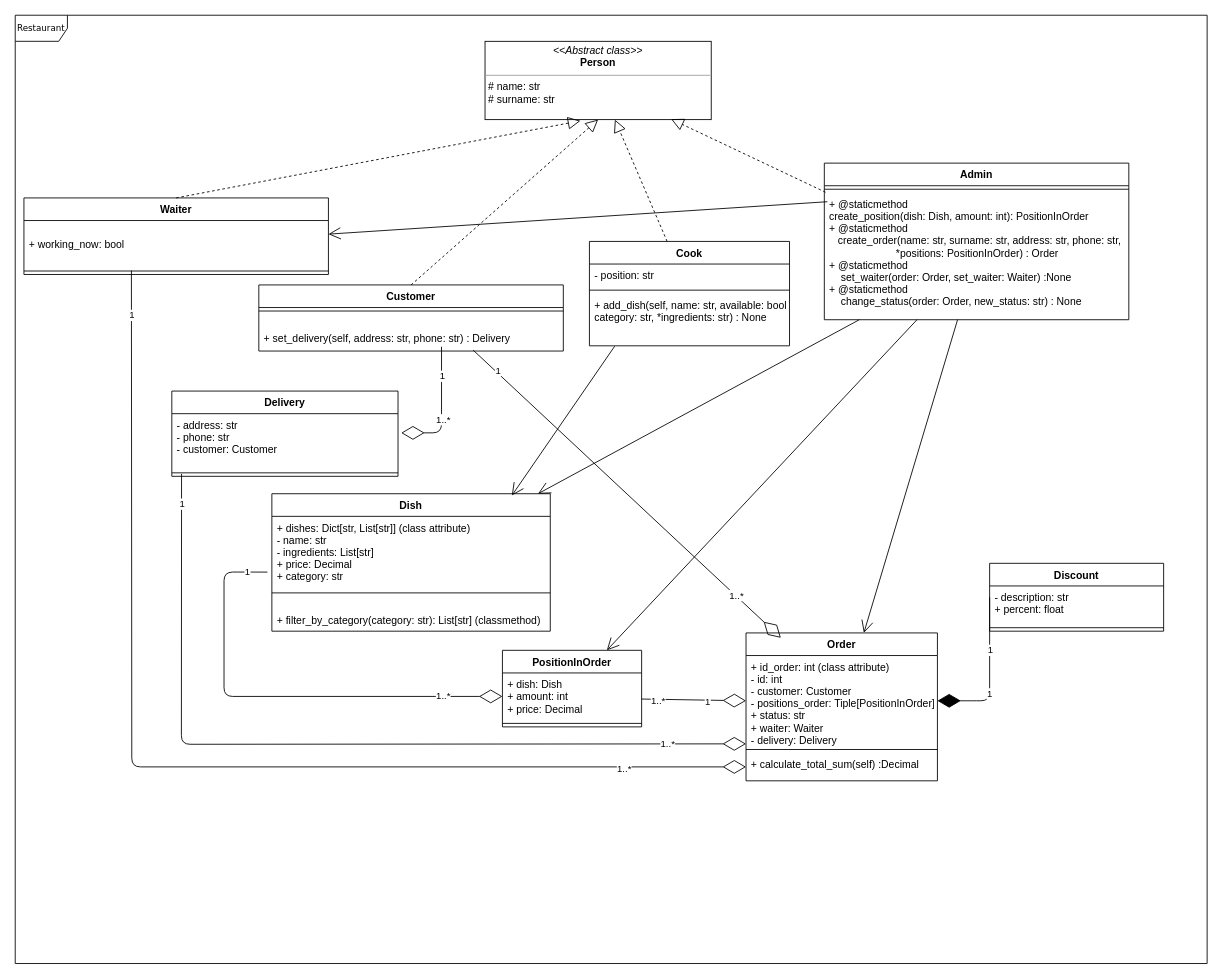
Earlier version of the draw.io diagram python_module/task5/restaurant.drawio (julia-kopysova/python-education). Source tidied: cells renumbered, new cells numbered last; positions are measured from the earlier drawing's top-left corner, leaving out a move shared by most shapes. Both pictures are drawn from the tidied source at 87%, with x=0, y=0 at pixel (15, 15).
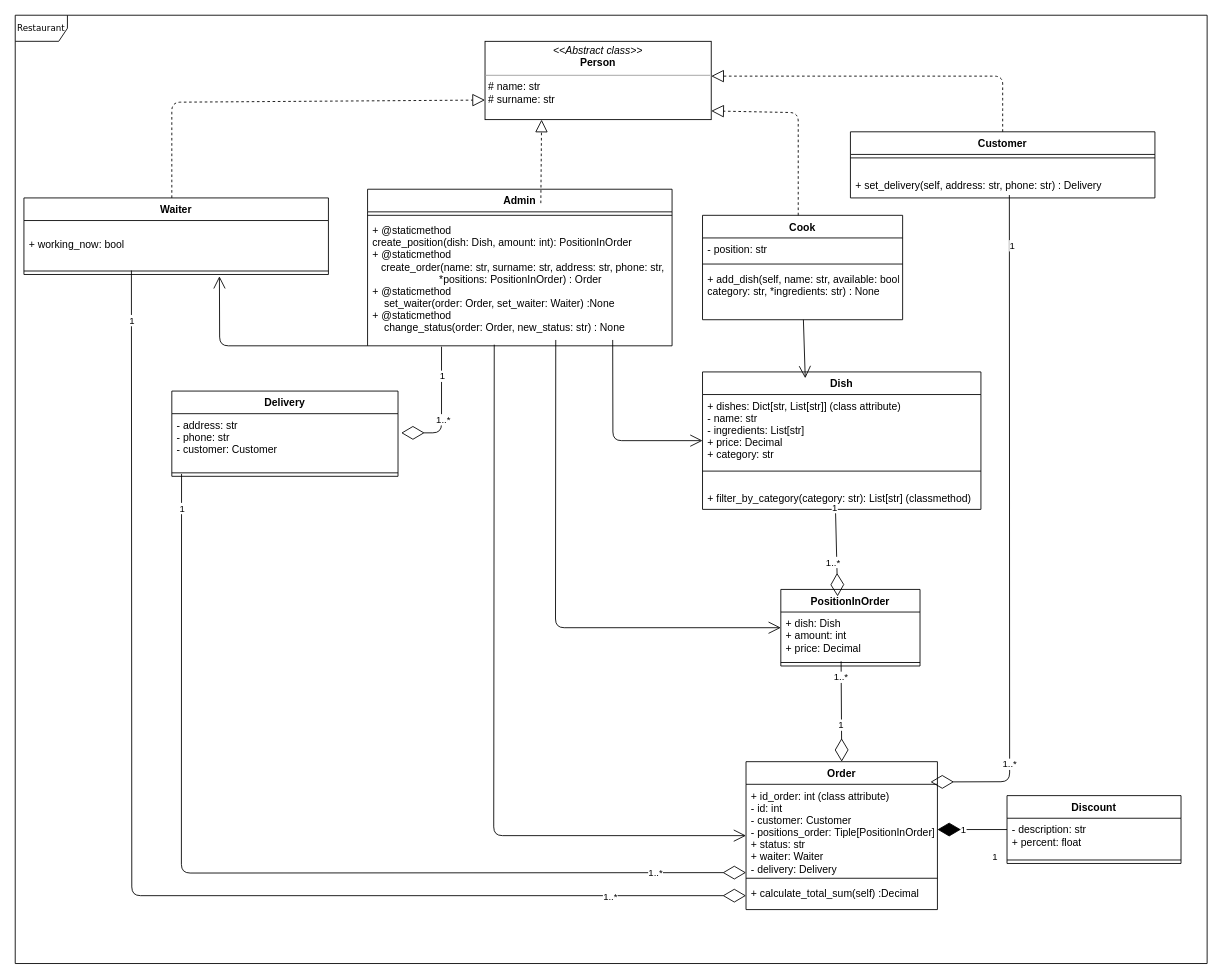
Above is the later version.

Commit message:
Regroup diagram

The change refers to these unchanged cells:
```xml
<mxCell id="3" value="&lt;p style=&quot;margin: 0px ; margin-top: 4px ; text-align: center&quot;&gt;&lt;i&gt;&amp;lt;&amp;lt;Abstract&amp;nbsp;class&amp;gt;&amp;gt;&lt;/i&gt;&lt;br&gt;&lt;b&gt;Person&lt;/b&gt;&lt;/p&gt;&lt;hr size=&quot;1&quot;&gt;&lt;p style=&quot;margin: 0px ; margin-left: 4px&quot;&gt;# name: str&lt;br&gt;# surname: str&lt;/p&gt;&lt;p style=&quot;margin: 0px ; margin-left: 4px&quot;&gt;&lt;br&gt;&lt;/p&gt;&lt;p style=&quot;margin: 0px ; margin-left: 4px&quot;&gt;&lt;br&gt;&lt;/p&gt;" style="verticalAlign=top;align=left;overflow=fill;fontSize=12;fontFamily=Helvetica;html=1;rounded=0;shadow=0;comic=0;labelBackgroundColor=none;strokeWidth=1;" parent="1" vertex="1">
  <mxGeometry x="540" y="30" width="260" height="90" as="geometry" />
</mxCell>
<mxCell id="6" value="&#10;+ set_delivery(self, address: str, phone: str) : Delivery" style="text;strokeColor=none;fillColor=none;align=left;verticalAlign=top;spacingLeft=4;spacingRight=4;overflow=hidden;points=[[0,0.5],[1,0.5]];portConstraint=eastwest;" parent="4" vertex="1">
  <mxGeometry y="34" width="350" height="42" as="geometry" />
</mxCell>
<mxCell id="10" value="Waiter" style="swimlane;fontStyle=1;align=center;verticalAlign=top;horizontal=1;startSize=26;" parent="1" vertex="1">
  <mxGeometry x="10" y="210" width="350" height="88" as="geometry" />
</mxCell>
<mxCell id="11" value="&#10;+ working_now: bool&#10; " style="text;strokeColor=none;fillColor=none;align=left;verticalAlign=top;spacingLeft=4;spacingRight=4;overflow=hidden;points=[[0,0.5],[1,0.5]];portConstraint=eastwest;" parent="10" vertex="1">
  <mxGeometry y="26" width="350" height="54" as="geometry" />
</mxCell>
<mxCell id="12" style="line;strokeWidth=1;fillColor=none;align=left;verticalAlign=middle;spacingTop=-1;spacingLeft=3;spacingRight=3;labelPosition=right;points=[];portConstraint=eastwest;" parent="10" vertex="1">
  <mxGeometry y="80" width="350" height="8" as="geometry" />
</mxCell>
<mxCell id="16" value="+ id_order: int (class attribute)&#10;- id: int&#10;- customer: Customer&#10;- positions_order: Tiple[PositionInOrder]&#10;+ status: str&#10;+ waiter: Waiter &#10;- delivery: Delivery" style="text;strokeColor=none;fillColor=none;align=left;verticalAlign=top;spacingLeft=4;spacingRight=4;overflow=hidden;points=[[0,0.5],[1,0.5]];portConstraint=eastwest;" parent="15" vertex="1">
  <mxGeometry y="26" width="220" height="104" as="geometry" />
</mxCell>
<mxCell id="18" value="+ calculate_total_sum(self) :Decimal" style="text;strokeColor=none;fillColor=none;align=left;verticalAlign=top;spacingLeft=4;spacingRight=4;overflow=hidden;points=[[0,0.5],[1,0.5]];portConstraint=eastwest;" parent="15" vertex="1">
  <mxGeometry y="138" width="220" height="32" as="geometry" />
</mxCell>
<mxCell id="20" value="+ dishes: Dict[str, List[str]] (class attribute)&#10;- name: str&#10;- ingredients: List[str]&#10;+ price: Decimal&#10;+ category: str" style="text;strokeColor=none;fillColor=none;align=left;verticalAlign=top;spacingLeft=4;spacingRight=4;overflow=hidden;points=[[0,0.5],[1,0.5]];portConstraint=eastwest;" parent="19" vertex="1">
  <mxGeometry y="26" width="320" height="84" as="geometry" />
</mxCell>
<mxCell id="22" value="&#10;+ filter_by_category(category: str): List[str] (classmethod)&#10;&#10;&#10;" style="text;strokeColor=none;fillColor=none;align=left;verticalAlign=top;spacingLeft=4;spacingRight=4;overflow=hidden;points=[[0,0.5],[1,0.5]];portConstraint=eastwest;" parent="19" vertex="1">
  <mxGeometry y="118" width="320" height="40" as="geometry" />
</mxCell>
<mxCell id="24" value="+ dish: Dish&#10;+ amount: int&#10;+ price: Decimal" style="text;strokeColor=none;fillColor=none;align=left;verticalAlign=top;spacingLeft=4;spacingRight=4;overflow=hidden;points=[[0,0.5],[1,0.5]];portConstraint=eastwest;" parent="23" vertex="1">
  <mxGeometry y="26" width="160" height="54" as="geometry" />
</mxCell>
<mxCell id="25" style="line;strokeWidth=1;fillColor=none;align=left;verticalAlign=middle;spacingTop=-1;spacingLeft=3;spacingRight=3;labelPosition=right;points=[];portConstraint=eastwest;" parent="23" vertex="1">
  <mxGeometry y="80" width="160" height="8" as="geometry" />
</mxCell>
<mxCell id="28" style="line;strokeWidth=1;fillColor=none;align=left;verticalAlign=middle;spacingTop=-1;spacingLeft=3;spacingRight=3;labelPosition=right;points=[];portConstraint=eastwest;" parent="26" vertex="1">
  <mxGeometry y="90" width="260" height="8" as="geometry" />
</mxCell>
<mxCell id="32" value="+ add_dish(self, name: str, available: bool, &#10;category: str, *ingredients: str) : None" style="text;strokeColor=none;fillColor=none;align=left;verticalAlign=top;spacingLeft=4;spacingRight=4;overflow=hidden;points=[[0,0.5],[1,0.5]];portConstraint=eastwest;" parent="29" vertex="1">
  <mxGeometry y="60" width="230" height="60" as="geometry" />
</mxCell>
<mxCell id="35" value="+ @staticmethod &#10;create_position(dish: Dish, amount: int): PositionInOrder&#10;+ @staticmethod&#10;   create_order(name: str, surname: str, address: str, phone: str,&#10;                       *positions: PositionInOrder) : Order&#10;+ @staticmethod&#10;    set_waiter(order: Order, set_waiter: Waiter) :None&#10;+ @staticmethod&#10;    change_status(order: Order, new_status: str) : None" style="text;strokeColor=none;fillColor=none;align=left;verticalAlign=top;spacingLeft=4;spacingRight=4;overflow=hidden;points=[[0,0.5],[1,0.5]];portConstraint=eastwest;" parent="33" vertex="1">
  <mxGeometry y="34" width="350" height="146" as="geometry" />
</mxCell>
```

Diff of the diagram source:
```diff
@@
     <mxCell id="4" value="Customer" style="swimlane;fontStyle=1;align=center;verticalAlign=top;horizontal=1;startSize=26;" parent="1" vertex="1">
-      <mxGeometry x="280" y="310" width="350" height="76" as="geometry" />
+      <mxGeometry x="960" y="134" width="350" height="76" as="geometry" />
     </mxCell>
@@
     <mxCell id="7" value="Discount" style="swimlane;fontStyle=1;align=center;verticalAlign=top;horizontal=1;startSize=26;" parent="1" vertex="1">
-      <mxGeometry x="1120" y="630" width="200" height="78" as="geometry" />
+      <mxGeometry x="1140" y="897" width="200" height="78" as="geometry" />
     </mxCell>
@@
-    <mxCell id="13" style="endArrow=block;dashed=1;endFill=0;endSize=12;html=1;exitX=0.5;exitY=0;exitDx=0;exitDy=0;entryX=0.5;entryY=1;entryDx=0;entryDy=0;" parent="1" edge="1" source="4" target="3">
-      <mxGeometry relative="1" as="geometry" />
+    <mxCell id="13" style="endArrow=block;dashed=1;endFill=0;endSize=12;html=1;exitX=0.5;exitY=0;exitDx=0;exitDy=0;" parent="1" edge="1" source="4">
+      <mxGeometry relative="1" as="geometry">
+        <mxPoint x="800" y="70" as="targetPoint" />
+        <Array as="points">
+          <mxPoint x="1135" y="98" />
+          <mxPoint x="1135" y="70" />
+        </Array>
+      </mxGeometry>
     </mxCell>
-    <mxCell id="14" style="endArrow=block;dashed=1;endFill=0;endSize=12;html=1;entryX=0.422;entryY=1.015;entryDx=0;entryDy=0;exitX=0.5;exitY=0;exitDx=0;exitDy=0;entryPerimeter=0;" parent="1" edge="1" source="10" target="3">
-      <mxGeometry relative="1" as="geometry" />
+    <mxCell id="14" style="endArrow=block;dashed=1;endFill=0;endSize=12;html=1;entryX=0;entryY=0.75;entryDx=0;entryDy=0;" parent="1" edge="1" target="3">
+      <mxGeometry relative="1" as="geometry">
+        <mxPoint x="180" y="210" as="sourcePoint" />
+        <Array as="points">
+          <mxPoint x="180" y="100" />
+        </Array>
+      </mxGeometry>
     </mxCell>
     <mxCell id="15" value="Order" style="swimlane;fontStyle=1;align=center;verticalAlign=top;horizontal=1;startSize=26;" parent="1" vertex="1">
-      <mxGeometry x="840" y="710" width="220" height="170" as="geometry" />
+      <mxGeometry x="840" y="858" width="220" height="170" as="geometry" />
     </mxCell>
@@
     <mxCell id="19" value="Dish" style="swimlane;fontStyle=1;align=center;verticalAlign=top;horizontal=1;startSize=26;" parent="1" vertex="1">
-      <mxGeometry x="295" y="550" width="320" height="158" as="geometry" />
+      <mxGeometry x="790" y="410" width="320" height="158" as="geometry" />
     </mxCell>
@@
     <mxCell id="23" value="PositionInOrder" style="swimlane;fontStyle=1;align=center;verticalAlign=top;horizontal=1;startSize=26;" parent="1" vertex="1">
-      <mxGeometry x="560" y="730" width="160" height="88" as="geometry" />
+      <mxGeometry x="880" y="660" width="160" height="88" as="geometry" />
     </mxCell>
@@
     <mxCell id="29" value="Cook" style="swimlane;fontStyle=1;align=center;verticalAlign=top;horizontal=1;startSize=26;" parent="1" vertex="1">
-      <mxGeometry x="660" y="260" width="230" height="120" as="geometry" />
+      <mxGeometry x="790" y="230" width="230" height="120" as="geometry" />
     </mxCell>
@@
     <mxCell id="33" value="Admin" style="swimlane;fontStyle=1;align=center;verticalAlign=top;horizontal=1;startSize=26;" parent="1" vertex="1">
-      <mxGeometry x="930" y="170" width="350" height="180" as="geometry" />
+      <mxGeometry x="405" y="200" width="350" height="180" as="geometry" />
     </mxCell>
@@
-    <mxCell id="36" style="endArrow=block;dashed=1;endFill=0;endSize=12;html=1;" parent="1" edge="1" source="29" target="3">
-      <mxGeometry relative="1" as="geometry" />
+    <mxCell id="36" style="endArrow=block;dashed=1;endFill=0;endSize=12;html=1;" parent="1" edge="1">
+      <mxGeometry relative="1" as="geometry">
+        <mxPoint x="900" y="230" as="sourcePoint" />
+        <mxPoint x="800" y="110" as="targetPoint" />
+        <Array as="points">
+          <mxPoint x="900" y="112" />
+        </Array>
+      </mxGeometry>
     </mxCell>
-    <mxCell id="37" style="endArrow=block;dashed=1;endFill=0;endSize=12;html=1;exitX=0.004;exitY=0.186;exitDx=0;exitDy=0;exitPerimeter=0;entryX=0.823;entryY=0.994;entryDx=0;entryDy=0;entryPerimeter=0;" parent="1" edge="1" source="33" target="3">
+    <mxCell id="37" style="endArrow=block;dashed=1;endFill=0;endSize=12;html=1;exitX=0.569;exitY=0.089;exitDx=0;exitDy=0;entryX=0.25;entryY=1;entryDx=0;entryDy=0;exitPerimeter=0;" parent="1" edge="1" source="33" target="3">
       <mxGeometry relative="1" as="geometry" />
     </mxCell>
-    <mxCell id="38" style="endArrow=open;endFill=1;endSize=12;html=1;entryX=0.75;entryY=0;entryDx=0;entryDy=0;" parent="1" edge="1" source="35" target="23">
-      <mxGeometry relative="1" as="geometry" />
+    <mxCell id="38" style="endArrow=open;endFill=1;endSize=12;html=1;entryX=0;entryY=0.5;entryDx=0;entryDy=0;exitX=0.618;exitY=0.954;exitDx=0;exitDy=0;exitPerimeter=0;" parent="1" edge="1" source="35" target="23">
+      <mxGeometry relative="1" as="geometry">
+        <Array as="points">
+          <mxPoint x="621" y="704" />
+        </Array>
+      </mxGeometry>
     </mxCell>
-    <mxCell id="39" style="endArrow=open;endFill=1;endSize=12;html=1;" parent="1" edge="1" source="35" target="19">
-      <mxGeometry relative="1" as="geometry" />
+    <mxCell id="39" style="endArrow=open;endFill=1;endSize=12;html=1;exitX=0.805;exitY=0.954;exitDx=0;exitDy=0;exitPerimeter=0;" parent="1" edge="1" source="35" target="19">
+      <mxGeometry relative="1" as="geometry">
+        <Array as="points">
+          <mxPoint x="687" y="489" />
+        </Array>
+      </mxGeometry>
     </mxCell>
-    <mxCell id="40" style="endArrow=open;endFill=1;endSize=12;html=1;" parent="1" edge="1" source="35" target="15">
-      <mxGeometry relative="1" as="geometry" />
+    <mxCell id="40" style="endArrow=open;endFill=1;endSize=12;html=1;exitX=0.416;exitY=0.991;exitDx=0;exitDy=0;exitPerimeter=0;" parent="1" edge="1" source="35" target="15">
+      <mxGeometry relative="1" as="geometry">
+        <Array as="points">
+          <mxPoint x="550" y="943" />
+        </Array>
+      </mxGeometry>
     </mxCell>
-    <mxCell id="41" style="endArrow=diamondThin;endFill=0;endSize=24;html=1;entryX=0;entryY=0.5;entryDx=0;entryDy=0;exitX=-0.016;exitY=0.763;exitDx=0;exitDy=0;exitPerimeter=0;" parent="1" edge="1" source="20" target="24">
-      <mxGeometry relative="1" as="geometry">
-        <Array as="points">
-          <mxPoint x="240" y="640" />
-          <mxPoint x="240" y="783" />
-        </Array>
-      </mxGeometry>
+    <mxCell id="41" style="endArrow=diamondThin;endFill=0;endSize=24;html=1;entryX=0.408;entryY=0.091;entryDx=0;entryDy=0;exitX=0.477;exitY=0.8;exitDx=0;exitDy=0;exitPerimeter=0;entryPerimeter=0;" parent="1" edge="1" source="22" target="23">
+      <mxGeometry relative="1" as="geometry" />
     </mxCell>
@@
     <mxCell id="43" value="1..*" style="edgeLabel;html=1;align=center;verticalAlign=middle;" parent="41" vertex="1">
-      <mxGeometry x="0.73" y="1" relative="1" as="geometry" />
+      <mxGeometry x="0.73" y="1" relative="1" as="geometry">
+        <mxPoint x="-6" y="-24" as="offset" />
+      </mxGeometry>
     </mxCell>
-    <mxCell id="44" style="endArrow=diamondThin;endFill=0;endSize=24;html=1;entryX=0;entryY=0.5;entryDx=0;entryDy=0;" parent="1" edge="1" target="16">
-      <mxGeometry relative="1" as="geometry">
-        <mxPoint x="720" y="786" as="sourcePoint" />
-      </mxGeometry>
+    <mxCell id="44" style="endArrow=diamondThin;endFill=0;endSize=24;html=1;entryX=0.5;entryY=0;entryDx=0;entryDy=0;exitX=0.433;exitY=0.333;exitDx=0;exitDy=0;exitPerimeter=0;" parent="1" edge="1" source="25" target="15">
+      <mxGeometry relative="1" as="geometry" />
     </mxCell>
@@
     <mxCell id="47" value="1" style="endArrow=diamondThin;endFill=1;endSize=24;html=1;exitX=0;exitY=0.5;exitDx=0;exitDy=0;entryX=1;entryY=0.5;entryDx=0;entryDy=0;" parent="1" edge="1" source="7" target="16">
-      <mxGeometry x="0.24" relative="1" as="geometry">
-        <Array as="points">
-          <mxPoint x="1120" y="788" />
-          <mxPoint x="1100" y="788" />
-        </Array>
-      </mxGeometry>
+      <mxGeometry x="0.24" relative="1" as="geometry" />
     </mxCell>
@@
     <mxCell id="49" style="endArrow=diamondThin;endFill=0;endSize=24;html=1;exitX=0.043;exitY=0.653;exitDx=0;exitDy=0;exitPerimeter=0;entryX=0;entryY=0.75;entryDx=0;entryDy=0;" parent="1" edge="1" source="28" target="15">
       <mxGeometry relative="1" as="geometry">
         <Array as="points">
-          <mxPoint x="191" y="838" />
+          <mxPoint x="191" y="986" />
         </Array>
       </mxGeometry>
     </mxCell>
@@
     <mxCell id="52" style="endArrow=diamondThin;endFill=0;endSize=24;html=1;exitX=0.353;exitY=0.431;exitDx=0;exitDy=0;exitPerimeter=0;entryX=0;entryY=0.5;entryDx=0;entryDy=0;" parent="1" edge="1" source="12" target="18">
       <mxGeometry relative="1" as="geometry">
         <Array as="points">
-          <mxPoint x="134" y="864" />
+          <mxPoint x="134" y="1012" />
         </Array>
       </mxGeometry>
     </mxCell>
@@
-    <mxCell id="55" style="endArrow=diamondThin;endFill=0;endSize=24;html=1;entryX=0.182;entryY=0.033;entryDx=0;entryDy=0;entryPerimeter=0;exitX=0.704;exitY=0.976;exitDx=0;exitDy=0;exitPerimeter=0;" parent="1" edge="1" source="6" target="15">
-      <mxGeometry relative="1" as="geometry" />
+    <mxCell id="55" style="endArrow=diamondThin;endFill=0;endSize=24;html=1;entryX=0.964;entryY=0.137;entryDx=0;entryDy=0;exitX=0.522;exitY=0.921;exitDx=0;exitDy=0;exitPerimeter=0;entryPerimeter=0;" parent="1" edge="1" source="6" target="15">
+      <mxGeometry relative="1" as="geometry">
+        <Array as="points">
+          <mxPoint x="1143" y="881" />
+        </Array>
+      </mxGeometry>
     </mxCell>
@@
-    <mxCell id="58" style="endArrow=open;endFill=1;endSize=12;html=1;exitX=0.126;exitY=1.009;exitDx=0;exitDy=0;exitPerimeter=0;entryX=0.862;entryY=0.013;entryDx=0;entryDy=0;entryPerimeter=0;" parent="1" edge="1" source="32" target="19">
+    <mxCell id="58" style="endArrow=open;endFill=1;endSize=12;html=1;entryX=0.369;entryY=0.046;entryDx=0;entryDy=0;entryPerimeter=0;" parent="1" edge="1" source="32" target="19">
       <mxGeometry relative="1" as="geometry" />
     </mxCell>
@@
-    <mxCell id="62" style="endArrow=open;endFill=1;endSize=12;html=1;exitX=0.01;exitY=0.071;exitDx=0;exitDy=0;exitPerimeter=0;" parent="1" edge="1" source="35" target="11">
-      <mxGeometry relative="1" as="geometry" />
+    <mxCell id="62" style="endArrow=open;endFill=1;endSize=12;html=1;entryX=0.642;entryY=1.25;entryDx=0;entryDy=0;entryPerimeter=0;exitX=0;exitY=1;exitDx=0;exitDy=0;" parent="1" edge="1" source="33" target="12">
+      <mxGeometry relative="1" as="geometry">
+        <Array as="points">
+          <mxPoint x="235" y="380" />
+        </Array>
+      </mxGeometry>
     </mxCell>
```
